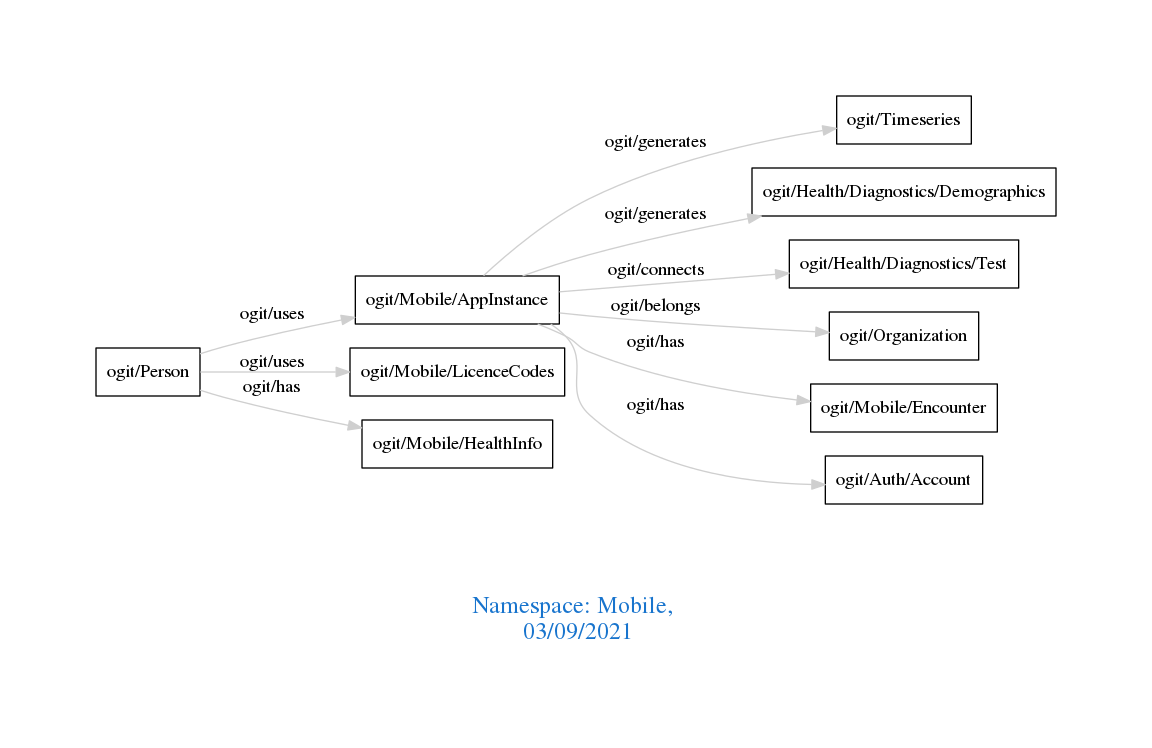
Above: downloads/Mobile.png in arago/OGIT (Graphviz), before the change. Its source is kept beside it as downloads/Mobile.dot.
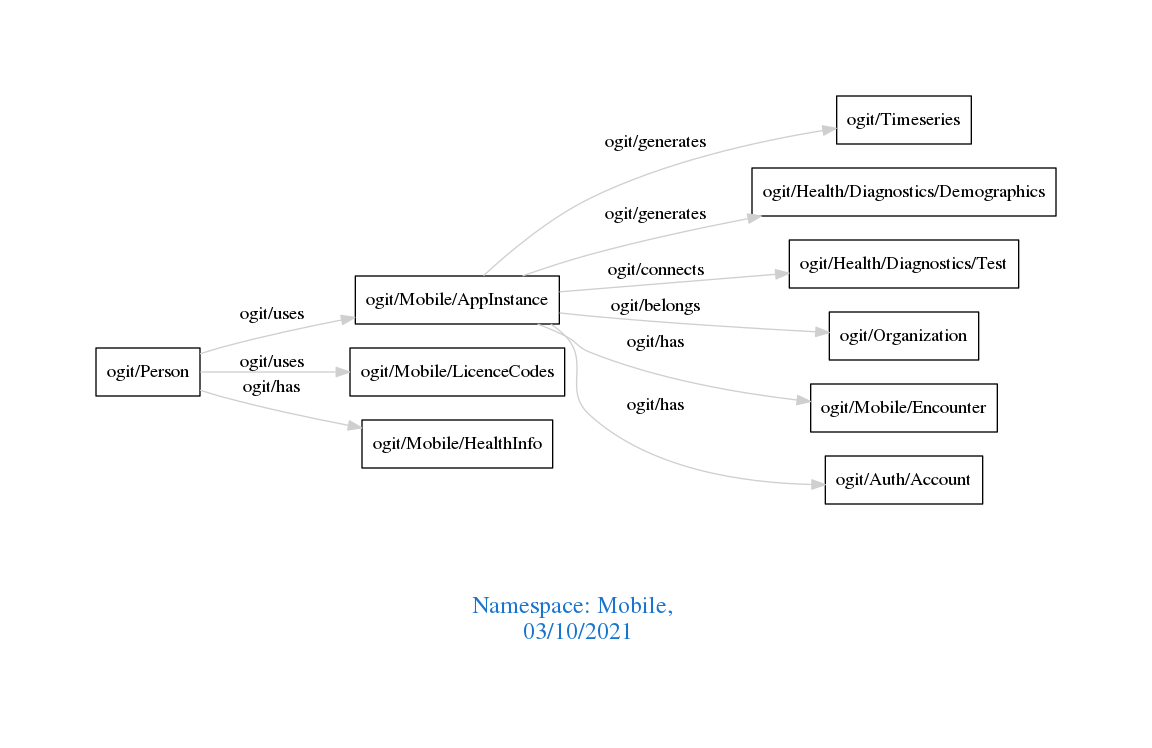
After the commit.

Change to the diagram source:
```diff
@@ -1,7 +1,7 @@
 digraph OGIT_ontology {
  graph [ rankdir= LR,pad=1
 fontsize = 18,
-fontcolor= dodgerblue3,label = "\n\n\nNamespace: Mobile, \n 03/09/2021"];
+fontcolor= dodgerblue3,label = "\n\n\nNamespace: Mobile, \n 03/10/2021"];
 node[shape=polygon];
 edge [  color="gray81"];
 
```
